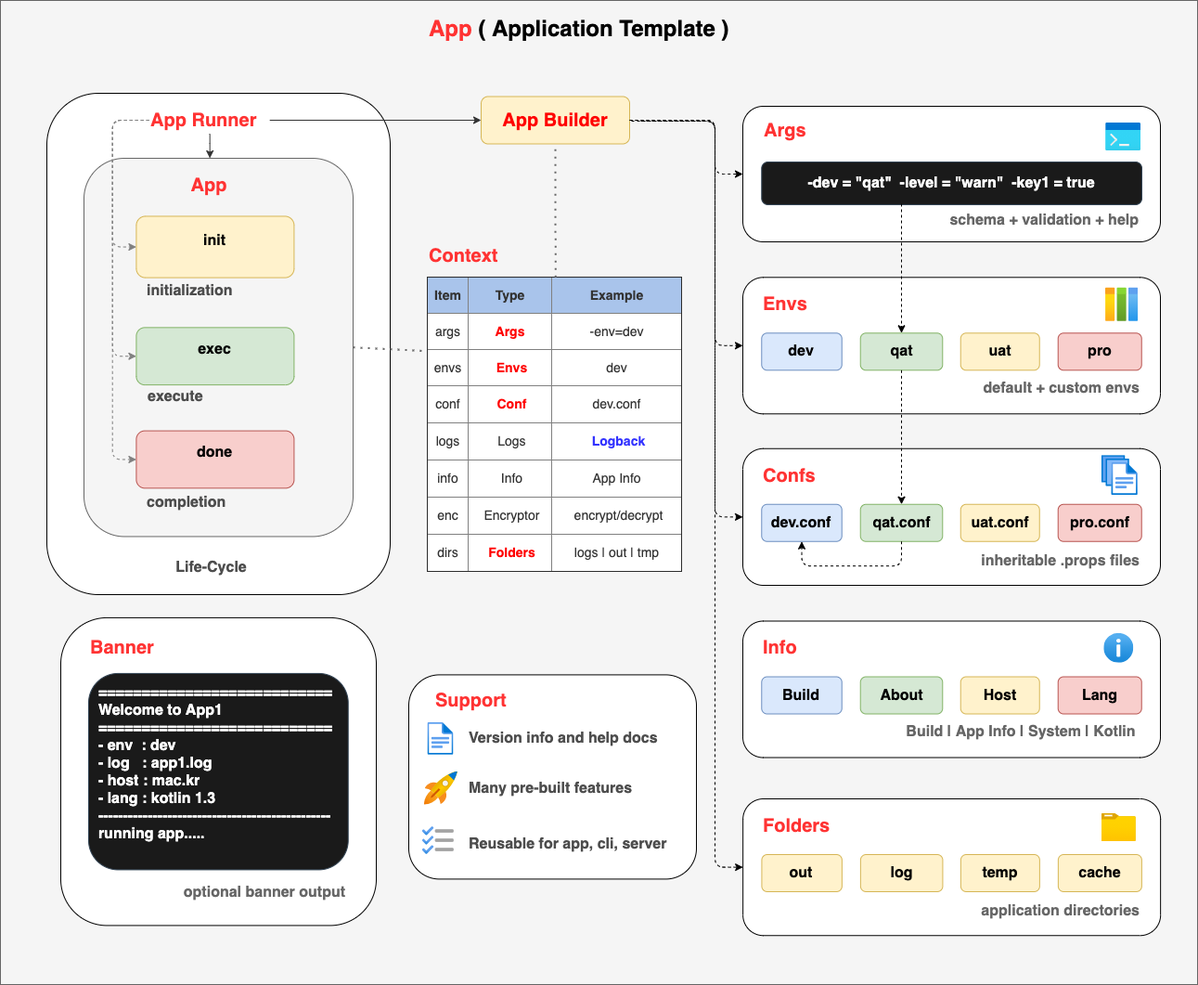
Above: assets/app/media/arch/slatekit-app.png in slatekit/kiit-site (draw.io), before the change. Source tidied: cells renumbered, new cells last; positions are measured from the earlier drawing's top-left corner, leaving out a move shared by most shapes.
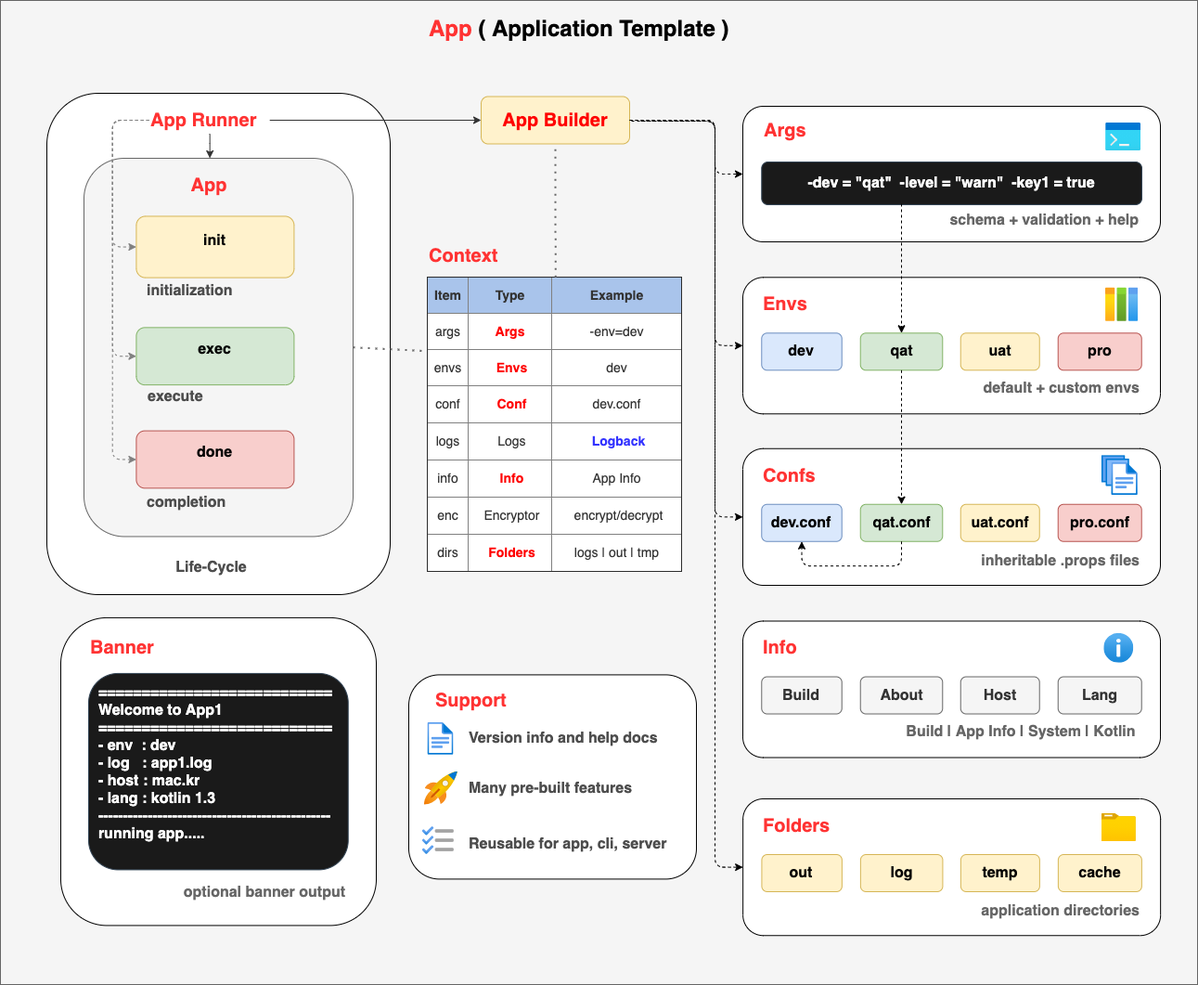
After the change.

Diff of the diagram source:
```diff
@@ -69,7 +69,7 @@
     <mxCell id="19" style="endArrow=none;dashed=1;html=1;dashPattern=1 3;strokeWidth=2;fontColor=#4D4D4D;entryX=0;entryY=0.25;entryDx=0;entryDy=0;exitX=1;exitY=0.5;exitDx=0;exitDy=0;strokeColor=#666666;" parent="1" edge="1" source="6" target="20">
       <mxGeometry relative="1" as="geometry" />
     </mxCell>
-    <mxCell id="20" value="&lt;table border=&quot;1&quot; width=&quot;100%&quot; style=&quot;width: 100% ; height: 100% ; border-collapse: collapse ; font-size: 14px ; background-color: rgb(255 , 255 , 255)&quot;&gt;&lt;tbody style=&quot;font-size: 14px&quot;&gt;&lt;tr style=&quot;font-size: 14px&quot;&gt;&lt;td align=&quot;center&quot; style=&quot;font-size: 14px ; background-color: rgb(169 , 196 , 235)&quot;&gt;&lt;b style=&quot;font-size: 14px&quot;&gt;Item&lt;/b&gt;&lt;/td&gt;&lt;td style=&quot;text-align: center ; background-color: rgb(169 , 196 , 235)&quot;&gt;&lt;b&gt;Type&lt;/b&gt;&lt;br&gt;&lt;/td&gt;&lt;td align=&quot;center&quot; style=&quot;font-size: 14px ; background-color: rgb(169 , 196 , 235)&quot;&gt;&lt;b style=&quot;font-size: 14px&quot;&gt;Example&lt;/b&gt;&lt;/td&gt;&lt;/tr&gt;&lt;tr style=&quot;font-size: 14px&quot;&gt;&lt;td align=&quot;center&quot; style=&quot;font-size: 14px&quot;&gt;args&lt;/td&gt;&lt;td style=&quot;text-align: center&quot;&gt;&lt;b&gt;&lt;font color=&quot;#ff0000&quot;&gt;Args&lt;/font&gt;&lt;/b&gt;&lt;/td&gt;&lt;td align=&quot;center&quot; style=&quot;font-size: 14px&quot;&gt;-env=dev&lt;/td&gt;&lt;/tr&gt;&lt;tr style=&quot;font-size: 14px&quot;&gt;&lt;td align=&quot;center&quot; style=&quot;font-size: 14px&quot;&gt;envs&lt;br style=&quot;font-size: 14px&quot;&gt;&lt;/td&gt;&lt;td style=&quot;text-align: center&quot;&gt;&amp;nbsp;&lt;font color=&quot;#ff0000&quot;&gt;&lt;b&gt;Envs&lt;/b&gt;&lt;/font&gt;&lt;/td&gt;&lt;td align=&quot;center&quot; style=&quot;font-size: 14px&quot;&gt;dev&lt;/td&gt;&lt;/tr&gt;&lt;tr style=&quot;font-size: 14px&quot;&gt;&lt;td style=&quot;text-align: center ; font-size: 14px&quot;&gt;conf&lt;/td&gt;&lt;td style=&quot;text-align: center&quot;&gt;&amp;nbsp;&lt;font color=&quot;#ff0000&quot;&gt;&lt;b&gt;Conf&lt;/b&gt;&lt;/font&gt;&lt;/td&gt;&lt;td style=&quot;text-align: center ; font-size: 14px&quot;&gt;dev.conf&lt;/td&gt;&lt;/tr&gt;&lt;tr style=&quot;font-size: 14px&quot;&gt;&lt;td style=&quot;text-align: center ; font-size: 14px&quot;&gt;logs&lt;/td&gt;&lt;td style=&quot;text-align: center&quot;&gt;&amp;nbsp;Logs&lt;/td&gt;&lt;td style=&quot;text-align: center ; font-size: 14px&quot;&gt;&amp;nbsp;&lt;b&gt;&lt;font color=&quot;#3333ff&quot;&gt;Logback&lt;/font&gt;&lt;/b&gt;&lt;/td&gt;&lt;/tr&gt;&lt;tr style=&quot;font-size: 14px&quot;&gt;&lt;td style=&quot;text-align: center ; font-size: 14px&quot;&gt;info&lt;/td&gt;&lt;td style=&quot;text-align: center&quot;&gt;&amp;nbsp;Info&lt;/td&gt;&lt;td style=&quot;text-align: center ; font-size: 14px&quot;&gt;App Info&lt;/td&gt;&lt;/tr&gt;&lt;tr style=&quot;font-size: 14px&quot;&gt;&lt;td style=&quot;text-align: center ; font-size: 14px&quot;&gt;enc&lt;/td&gt;&lt;td style=&quot;text-align: center&quot;&gt;&amp;nbsp;Encryptor&lt;/td&gt;&lt;td style=&quot;text-align: center ; font-size: 14px&quot;&gt;&amp;nbsp;encrypt/decrypt&lt;/td&gt;&lt;/tr&gt;&lt;tr&gt;&lt;td style=&quot;text-align: center&quot;&gt;dirs&lt;/td&gt;&lt;td style=&quot;text-align: center&quot;&gt;&amp;nbsp;&lt;b&gt;&lt;font color=&quot;#ff0000&quot;&gt;Folders&lt;/font&gt;&lt;/b&gt;&lt;/td&gt;&lt;td style=&quot;text-align: center&quot;&gt;logs | out | tmp&lt;/td&gt;&lt;/tr&gt;&lt;/tbody&gt;&lt;/table&gt;" style="text;html=1;strokeColor=none;fillColor=none;overflow=fill;rounded=0;glass=0;align=left;fontColor=#333333;fontSize=14;" parent="1" vertex="1">
+    <mxCell id="20" value="&lt;table border=&quot;1&quot; width=&quot;100%&quot; style=&quot;width: 100% ; height: 100% ; border-collapse: collapse ; font-size: 14px ; background-color: rgb(255 , 255 , 255)&quot;&gt;&lt;tbody style=&quot;font-size: 14px&quot;&gt;&lt;tr style=&quot;font-size: 14px&quot;&gt;&lt;td align=&quot;center&quot; style=&quot;font-size: 14px ; background-color: rgb(169 , 196 , 235)&quot;&gt;&lt;b style=&quot;font-size: 14px&quot;&gt;Item&lt;/b&gt;&lt;/td&gt;&lt;td style=&quot;text-align: center ; background-color: rgb(169 , 196 , 235)&quot;&gt;&lt;b&gt;Type&lt;/b&gt;&lt;br&gt;&lt;/td&gt;&lt;td align=&quot;center&quot; style=&quot;font-size: 14px ; background-color: rgb(169 , 196 , 235)&quot;&gt;&lt;b style=&quot;font-size: 14px&quot;&gt;Example&lt;/b&gt;&lt;/td&gt;&lt;/tr&gt;&lt;tr style=&quot;font-size: 14px&quot;&gt;&lt;td align=&quot;center&quot; style=&quot;font-size: 14px&quot;&gt;args&lt;/td&gt;&lt;td style=&quot;text-align: center&quot;&gt;&lt;b&gt;&lt;font color=&quot;#ff0000&quot;&gt;Args&lt;/font&gt;&lt;/b&gt;&lt;/td&gt;&lt;td align=&quot;center&quot; style=&quot;font-size: 14px&quot;&gt;-env=dev&lt;/td&gt;&lt;/tr&gt;&lt;tr style=&quot;font-size: 14px&quot;&gt;&lt;td align=&quot;center&quot; style=&quot;font-size: 14px&quot;&gt;envs&lt;br style=&quot;font-size: 14px&quot;&gt;&lt;/td&gt;&lt;td style=&quot;text-align: center&quot;&gt;&amp;nbsp;&lt;font color=&quot;#ff0000&quot;&gt;&lt;b&gt;Envs&lt;/b&gt;&lt;/font&gt;&lt;/td&gt;&lt;td align=&quot;center&quot; style=&quot;font-size: 14px&quot;&gt;dev&lt;/td&gt;&lt;/tr&gt;&lt;tr style=&quot;font-size: 14px&quot;&gt;&lt;td style=&quot;text-align: center ; font-size: 14px&quot;&gt;conf&lt;/td&gt;&lt;td style=&quot;text-align: center&quot;&gt;&amp;nbsp;&lt;font color=&quot;#ff0000&quot;&gt;&lt;b&gt;Conf&lt;/b&gt;&lt;/font&gt;&lt;/td&gt;&lt;td style=&quot;text-align: center ; font-size: 14px&quot;&gt;dev.conf&lt;/td&gt;&lt;/tr&gt;&lt;tr style=&quot;font-size: 14px&quot;&gt;&lt;td style=&quot;text-align: center ; font-size: 14px&quot;&gt;logs&lt;/td&gt;&lt;td style=&quot;text-align: center&quot;&gt;&amp;nbsp;Logs&lt;/td&gt;&lt;td style=&quot;text-align: center ; font-size: 14px&quot;&gt;&amp;nbsp;&lt;b&gt;&lt;font color=&quot;#3333ff&quot;&gt;Logback&lt;/font&gt;&lt;/b&gt;&lt;/td&gt;&lt;/tr&gt;&lt;tr style=&quot;font-size: 14px&quot;&gt;&lt;td style=&quot;text-align: center ; font-size: 14px&quot;&gt;info&lt;/td&gt;&lt;td style=&quot;text-align: center&quot;&gt;&amp;nbsp;&lt;b&gt;&lt;font color=&quot;#ff0000&quot;&gt;Info&lt;/font&gt;&lt;/b&gt;&lt;/td&gt;&lt;td style=&quot;text-align: center ; font-size: 14px&quot;&gt;App Info&lt;/td&gt;&lt;/tr&gt;&lt;tr style=&quot;font-size: 14px&quot;&gt;&lt;td style=&quot;text-align: center ; font-size: 14px&quot;&gt;enc&lt;/td&gt;&lt;td style=&quot;text-align: center&quot;&gt;&amp;nbsp;Encryptor&lt;/td&gt;&lt;td style=&quot;text-align: center ; font-size: 14px&quot;&gt;&amp;nbsp;encrypt/decrypt&lt;/td&gt;&lt;/tr&gt;&lt;tr&gt;&lt;td style=&quot;text-align: center&quot;&gt;dirs&lt;/td&gt;&lt;td style=&quot;text-align: center&quot;&gt;&amp;nbsp;&lt;b&gt;&lt;font color=&quot;#ff0000&quot;&gt;Folders&lt;/font&gt;&lt;/b&gt;&lt;/td&gt;&lt;td style=&quot;text-align: center&quot;&gt;logs | out | tmp&lt;/td&gt;&lt;/tr&gt;&lt;/tbody&gt;&lt;/table&gt;" style="text;html=1;strokeColor=none;fillColor=none;overflow=fill;rounded=0;glass=0;align=left;fontColor=#333333;fontSize=14;" parent="1" vertex="1">
       <mxGeometry x="460.5" y="298.3" width="275.4" height="317.7" as="geometry" />
     </mxCell>
     <mxCell id="21" style="endArrow=none;dashed=1;html=1;dashPattern=1 3;strokeWidth=2;fontColor=#4D4D4D;entryX=0.5;entryY=1;entryDx=0;entryDy=0;exitX=0.5;exitY=0;exitDx=0;exitDy=0;strokeColor=#666666;" parent="1" edge="1" source="20" target="28">
@@ -231,19 +231,19 @@
     <mxCell id="65" style="rounded=1;whiteSpace=wrap;html=1;glass=0;align=left;" parent="1" vertex="1">
       <mxGeometry x="800" y="668.5" width="450" height="147" as="geometry" />
     </mxCell>
-    <mxCell id="66" value="&lt;span style=&quot;font-size: 16px&quot;&gt;&lt;b&gt;About&lt;/b&gt;&lt;/span&gt;" style="rounded=1;whiteSpace=wrap;html=1;fillColor=#d5e8d4;strokeColor=#82b366;" parent="1" vertex="1">
+    <mxCell id="66" value="&lt;span style=&quot;font-size: 16px&quot;&gt;&lt;b&gt;About&lt;/b&gt;&lt;/span&gt;" style="rounded=1;whiteSpace=wrap;html=1;fillColor=#f5f5f5;strokeColor=#666666;fontColor=#333333;" parent="1" vertex="1">
       <mxGeometry x="926.7" y="728.5" width="88.5" height="40" as="geometry" />
     </mxCell>
-    <mxCell id="67" value="&lt;b&gt;&lt;font style=&quot;font-size: 16px&quot;&gt;Build&lt;/font&gt;&lt;/b&gt;" style="rounded=1;whiteSpace=wrap;html=1;fillColor=#dae8fc;strokeColor=#6c8ebf;" parent="1" vertex="1">
+    <mxCell id="67" value="&lt;b&gt;&lt;font style=&quot;font-size: 16px&quot;&gt;Build&lt;/font&gt;&lt;/b&gt;" style="rounded=1;whiteSpace=wrap;html=1;fillColor=#f5f5f5;strokeColor=#666666;fontColor=#333333;" parent="1" vertex="1">
       <mxGeometry x="820.3" y="728.5" width="86.5" height="40" as="geometry" />
     </mxCell>
-    <mxCell id="68" value="&lt;b&gt;&lt;font style=&quot;font-size: 16px&quot;&gt;Host&lt;/font&gt;&lt;/b&gt;" style="rounded=1;whiteSpace=wrap;html=1;fillColor=#fff2cc;strokeColor=#d6b656;" parent="1" vertex="1">
+    <mxCell id="68" value="&lt;b&gt;&lt;font style=&quot;font-size: 16px&quot;&gt;Host&lt;/font&gt;&lt;/b&gt;" style="rounded=1;whiteSpace=wrap;html=1;fillColor=#f5f5f5;strokeColor=#666666;fontColor=#333333;" parent="1" vertex="1">
       <mxGeometry x="1034.7" y="728.5" width="85" height="40" as="geometry" />
     </mxCell>
     <mxCell id="69" value="&lt;div&gt;&lt;b style=&quot;color: rgb(255 , 51 , 51)&quot;&gt;&lt;font style=&quot;font-size: 20px&quot;&gt;Info&lt;/font&gt;&lt;/b&gt;&lt;/div&gt;" style="text;html=1;strokeColor=none;fillColor=none;align=left;verticalAlign=middle;whiteSpace=wrap;rounded=0;" parent="1" vertex="1">
       <mxGeometry x="820.3" y="681.8" width="123.2" height="30" as="geometry" />
     </mxCell>
-    <mxCell id="70" value="&lt;b&gt;&lt;font style=&quot;font-size: 16px&quot;&gt;Lang&lt;/font&gt;&lt;/b&gt;" style="rounded=1;whiteSpace=wrap;html=1;fillColor=#f8cecc;strokeColor=#b85450;" parent="1" vertex="1">
+    <mxCell id="70" value="&lt;b&gt;&lt;font style=&quot;font-size: 16px&quot;&gt;Lang&lt;/font&gt;&lt;/b&gt;" style="rounded=1;whiteSpace=wrap;html=1;fillColor=#f5f5f5;strokeColor=#666666;fontColor=#333333;" parent="1" vertex="1">
       <mxGeometry x="1139.7" y="728.5" width="90" height="40" as="geometry" />
     </mxCell>
     <mxCell id="71" value="&lt;span style=&quot;font-size: 16px&quot;&gt;&lt;b&gt;Build | App Info | System | Kotlin&amp;nbsp;&lt;/b&gt;&lt;/span&gt;" style="text;html=1;strokeColor=none;fillColor=none;align=right;verticalAlign=middle;whiteSpace=wrap;rounded=0;fontColor=#666666;" parent="1" vertex="1">
```
